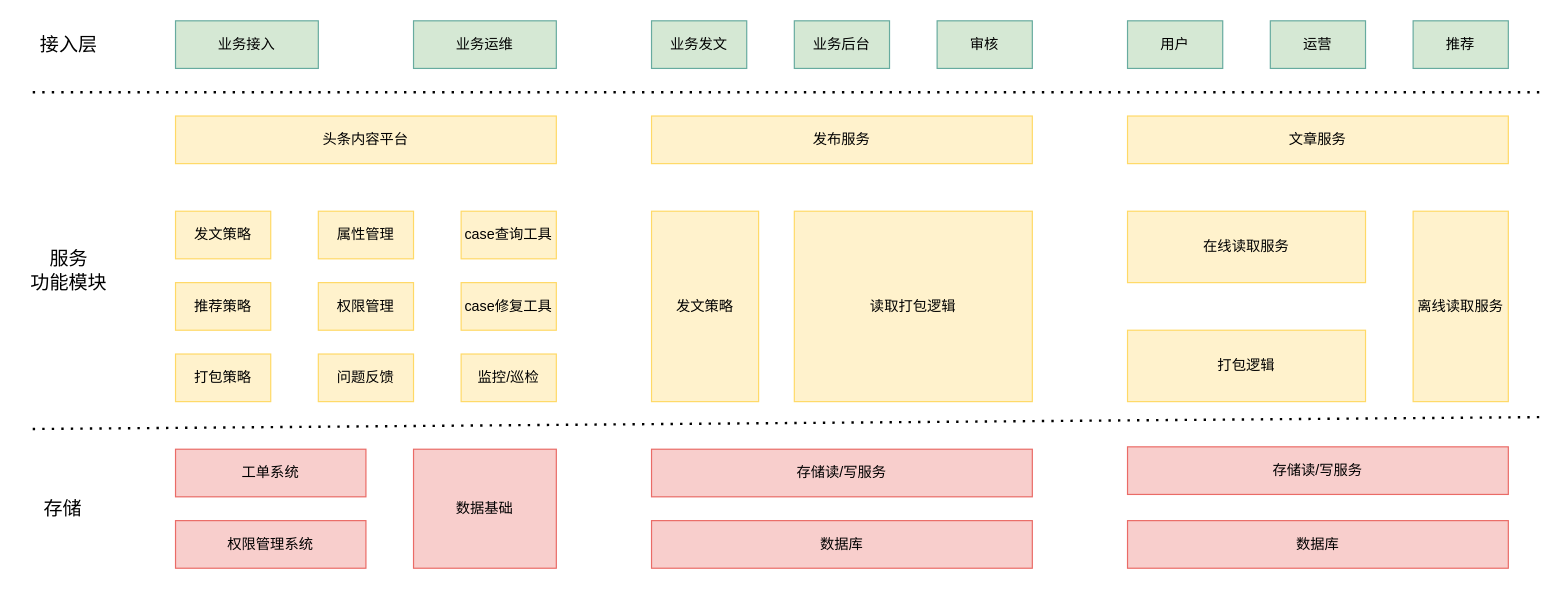
Earlier version of the draw.io diagram page "整体架构" (8 of 8) of 关键流程梳理.drawio (Jessie-via/for_drawio). Source tidied: cells renumbered, new cells numbered last; positions are measured from the earlier drawing's top-left corner, leaving out a move shared by most shapes. Both pictures are drawn from the tidied source at 119%, with x=0, y=0 at pixel (20, 20).
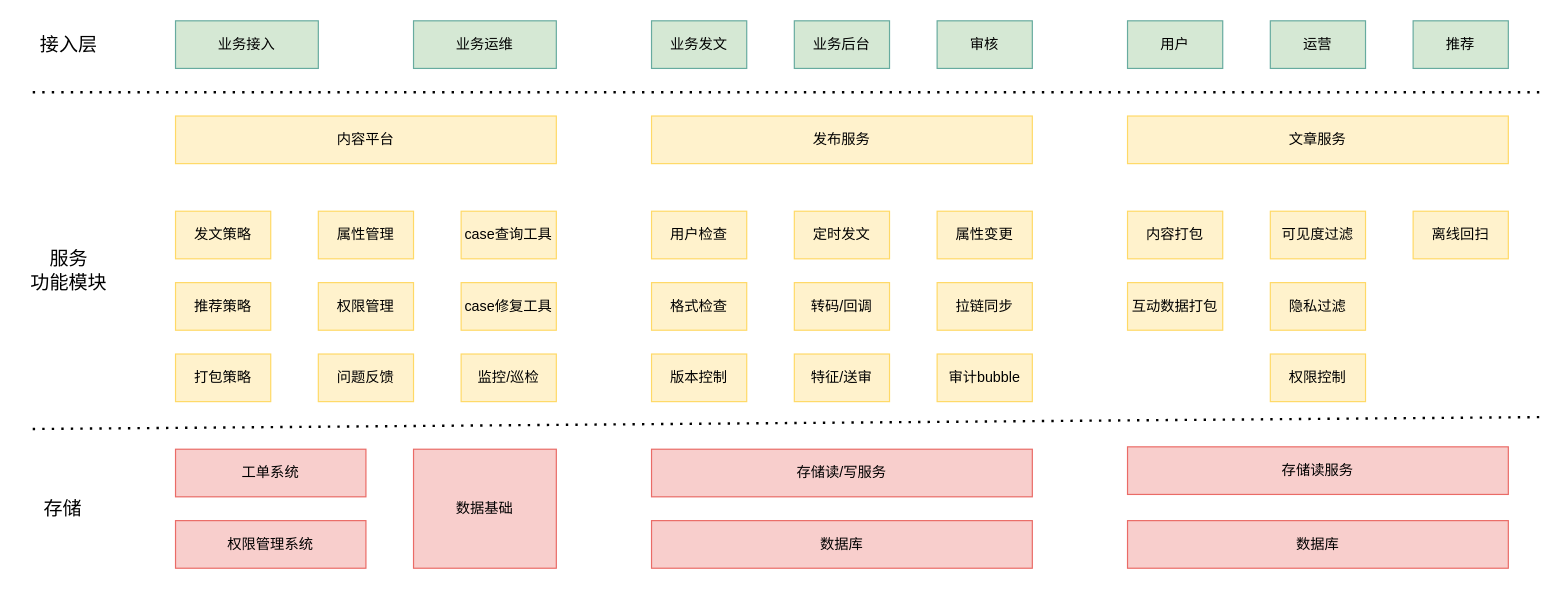
The same diagram, later.

What changed in the source:
```diff
@@
-    <mxCell id="9" value="头条内容平台" style="rounded=0;whiteSpace=wrap;html=1;strokeColor=#FFD966;fillColor=#FFF2CC;" parent="1" vertex="1">
+    <mxCell id="9" value="内容平台" style="rounded=0;whiteSpace=wrap;html=1;strokeColor=#FFD966;fillColor=#FFF2CC;" parent="1" vertex="1">
       <mxGeometry x="130" y="80" width="320" height="40" as="geometry" />
     </mxCell>
@@
-    <mxCell id="24" value="发文策略" style="rounded=0;whiteSpace=wrap;html=1;strokeColor=#FFD966;fillColor=#FFF2CC;" parent="1" vertex="1">
-      <mxGeometry x="530" y="160" width="90" height="160" as="geometry" />
-    </mxCell>
-    <mxCell id="25" value="读取打包逻辑" style="rounded=0;whiteSpace=wrap;html=1;strokeColor=#FFD966;fillColor=#FFF2CC;" parent="1" vertex="1">
-      <mxGeometry x="650" y="160" width="200" height="160" as="geometry" />
-    </mxCell>
@@
-    <mxCell id="28" value="打包逻辑" style="rounded=0;whiteSpace=wrap;html=1;strokeColor=#FFD966;fillColor=#FFF2CC;" parent="1" vertex="1">
-      <mxGeometry x="930" y="260" width="200" height="60" as="geometry" />
-    </mxCell>
-    <mxCell id="29" value="在线读取服务" style="rounded=0;whiteSpace=wrap;html=1;strokeColor=#FFD966;fillColor=#FFF2CC;" parent="1" vertex="1">
-      <mxGeometry x="930" y="160" width="200" height="60" as="geometry" />
-    </mxCell>
-    <mxCell id="30" value="离线读取服务" style="rounded=0;whiteSpace=wrap;html=1;strokeColor=#FFD966;fillColor=#FFF2CC;" parent="1" vertex="1">
-      <mxGeometry x="1170" y="160" width="80" height="160" as="geometry" />
-    </mxCell>
-    <mxCell id="31" value="存储读/写服务" style="rounded=0;whiteSpace=wrap;html=1;strokeColor=#EA6B66;fillColor=#F8CECC;" parent="1" vertex="1">
+    <mxCell id="31" value="存储读服务" style="rounded=0;whiteSpace=wrap;html=1;strokeColor=#EA6B66;fillColor=#F8CECC;" parent="1" vertex="1">
       <mxGeometry x="930" y="358" width="320" height="40" as="geometry" />
     </mxCell>
@@
+    <mxCell id="39" value="用户检查" style="rounded=0;whiteSpace=wrap;html=1;strokeColor=#FFD966;fillColor=#FFF2CC;" parent="1" vertex="1">
+      <mxGeometry x="530" y="160" width="80" height="40" as="geometry" />
+    </mxCell>
+    <mxCell id="40" value="格式检查" style="rounded=0;whiteSpace=wrap;html=1;strokeColor=#FFD966;fillColor=#FFF2CC;" parent="1" vertex="1">
+      <mxGeometry x="530" y="220" width="80" height="40" as="geometry" />
+    </mxCell>
+    <mxCell id="41" value="版本控制" style="rounded=0;whiteSpace=wrap;html=1;strokeColor=#FFD966;fillColor=#FFF2CC;" parent="1" vertex="1">
+      <mxGeometry x="530" y="280" width="80" height="40" as="geometry" />
+    </mxCell>
+    <mxCell id="42" value="定时发文" style="rounded=0;whiteSpace=wrap;html=1;strokeColor=#FFD966;fillColor=#FFF2CC;" parent="1" vertex="1">
+      <mxGeometry x="650" y="160" width="80" height="40" as="geometry" />
+    </mxCell>
+    <mxCell id="43" value="属性变更" style="rounded=0;whiteSpace=wrap;html=1;strokeColor=#FFD966;fillColor=#FFF2CC;" parent="1" vertex="1">
+      <mxGeometry x="770" y="160" width="80" height="40" as="geometry" />
+    </mxCell>
+    <mxCell id="44" value="转码/回调" style="rounded=0;whiteSpace=wrap;html=1;strokeColor=#FFD966;fillColor=#FFF2CC;" parent="1" vertex="1">
+      <mxGeometry x="650" y="220" width="80" height="40" as="geometry" />
+    </mxCell>
+    <mxCell id="45" value="特征/送审" style="rounded=0;whiteSpace=wrap;html=1;strokeColor=#FFD966;fillColor=#FFF2CC;" parent="1" vertex="1">
+      <mxGeometry x="650" y="280" width="80" height="40" as="geometry" />
+    </mxCell>
+    <mxCell id="46" value="拉链同步" style="rounded=0;whiteSpace=wrap;html=1;strokeColor=#FFD966;fillColor=#FFF2CC;" parent="1" vertex="1">
+      <mxGeometry x="770" y="220" width="80" height="40" as="geometry" />
+    </mxCell>
+    <mxCell id="47" value="审计bubble" style="rounded=0;whiteSpace=wrap;html=1;strokeColor=#FFD966;fillColor=#FFF2CC;" parent="1" vertex="1">
+      <mxGeometry x="770" y="280" width="80" height="40" as="geometry" />
+    </mxCell>
+    <mxCell id="48" value="内容打包" style="rounded=0;whiteSpace=wrap;html=1;strokeColor=#FFD966;fillColor=#FFF2CC;" parent="1" vertex="1">
+      <mxGeometry x="930" y="160" width="80" height="40" as="geometry" />
+    </mxCell>
+    <mxCell id="49" value="互动数据打包" style="rounded=0;whiteSpace=wrap;html=1;strokeColor=#FFD966;fillColor=#FFF2CC;" parent="1" vertex="1">
+      <mxGeometry x="930" y="220" width="80" height="40" as="geometry" />
+    </mxCell>
+    <mxCell id="50" value="可见度过滤" style="rounded=0;whiteSpace=wrap;html=1;strokeColor=#FFD966;fillColor=#FFF2CC;" parent="1" vertex="1">
+      <mxGeometry x="1050" y="160" width="80" height="40" as="geometry" />
+    </mxCell>
+    <mxCell id="51" value="隐私过滤" style="rounded=0;whiteSpace=wrap;html=1;strokeColor=#FFD966;fillColor=#FFF2CC;" parent="1" vertex="1">
+      <mxGeometry x="1050" y="220" width="80" height="40" as="geometry" />
+    </mxCell>
+    <mxCell id="52" value="权限控制" style="rounded=0;whiteSpace=wrap;html=1;strokeColor=#FFD966;fillColor=#FFF2CC;" parent="1" vertex="1">
+      <mxGeometry x="1050" y="280" width="80" height="40" as="geometry" />
+    </mxCell>
+    <mxCell id="53" value="离线回扫" style="rounded=0;whiteSpace=wrap;html=1;strokeColor=#FFD966;fillColor=#FFF2CC;" parent="1" vertex="1">
+      <mxGeometry x="1170" y="160" width="80" height="40" as="geometry" />
+    </mxCell>
```
